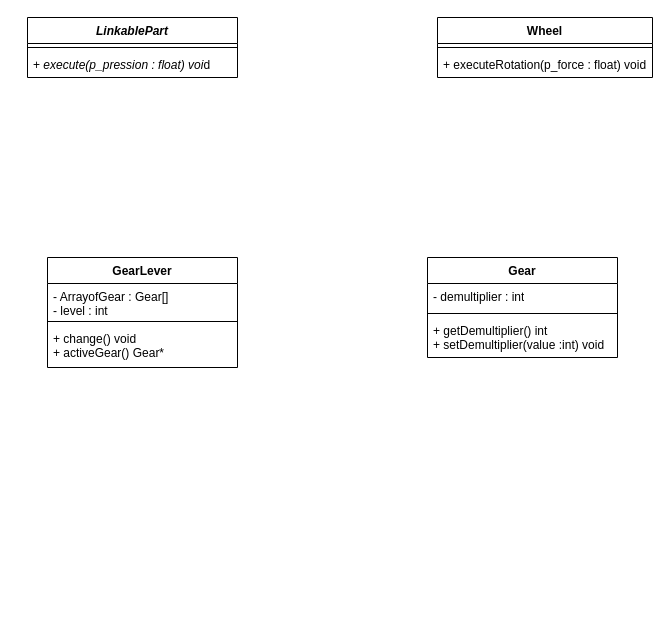
Earlier version of the draw.io diagram Sequence.drawio (Julien-Dutschke/Piscine-Object). Source tidied: cells renumbered, new cells numbered last; positions are measured from the earlier drawing's top-left corner, leaving out a move shared by most shapes. Both pictures are drawn from the tidied source at 100%, with x=0, y=0 at pixel (27, 17).
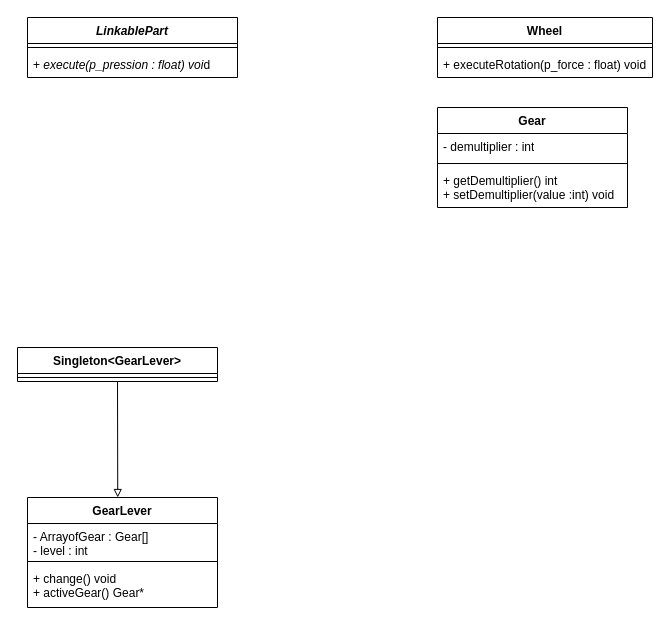
After the change.

Diff of the diagram source:
```diff
@@
 <mxGraphModel>
   <root>
     <mxCell id="0" />
     <mxCell id="1" parent="0" />
     <mxCell id="2" value="&lt;i&gt;&lt;b&gt;LinkablePart&lt;/b&gt;&lt;/i&gt;" style="swimlane;fontStyle=1;align=center;verticalAlign=top;horizontal=1;startSize=26;whiteSpace=wrap;html=1;" parent="1" vertex="1">
       <mxGeometry width="210" height="60" as="geometry" />
     </mxCell>
     <mxCell id="3" style="line;strokeWidth=1;fillColor=none;align=left;verticalAlign=middle;spacingTop=-1;spacingLeft=3;spacingRight=3;labelPosition=right;strokeColor=inherit;" parent="2" vertex="1">
       <mxGeometry y="26" width="210" height="8" as="geometry" />
     </mxCell>
     <mxCell id="4" value="&lt;font style=&quot;font-size: 12px;&quot;&gt;+ &lt;i&gt;execute(p_pression : float) voi&lt;/i&gt;d &lt;br&gt;&lt;/font&gt;" style="text;strokeColor=none;fillColor=none;align=left;verticalAlign=top;spacingLeft=4;spacingRight=4;overflow=hidden;whiteSpace=wrap;html=1;" parent="2" vertex="1">
       <mxGeometry y="34" width="210" height="26" as="geometry" />
     </mxCell>
     <mxCell id="5" value="Wheel" style="swimlane;fontStyle=1;align=center;verticalAlign=top;horizontal=1;startSize=26;whiteSpace=wrap;html=1;" parent="1" vertex="1">
       <mxGeometry x="410" width="215" height="60" as="geometry" />
     </mxCell>
     <mxCell id="6" style="line;strokeWidth=1;fillColor=none;align=left;verticalAlign=middle;spacingTop=-1;spacingLeft=3;spacingRight=3;labelPosition=right;strokeColor=inherit;" parent="5" vertex="1">
       <mxGeometry y="26" width="215" height="8" as="geometry" />
     </mxCell>
     <mxCell id="7" value="+ executeRotation(p_force : float) void" style="text;strokeColor=none;fillColor=none;align=left;verticalAlign=top;spacingLeft=4;spacingRight=4;overflow=hidden;whiteSpace=wrap;html=1;" parent="5" vertex="1">
       <mxGeometry y="34" width="215" height="26" as="geometry" />
     </mxCell>
     <mxCell id="8" value="Gear" style="swimlane;fontStyle=1;align=center;verticalAlign=top;horizontal=1;startSize=26;whiteSpace=wrap;html=1;" parent="1" vertex="1">
-      <mxGeometry x="400" y="240" width="190" height="100" as="geometry" />
+      <mxGeometry x="410" y="90" width="190" height="100" as="geometry" />
     </mxCell>
     <mxCell id="9" value="- demultiplier : int" style="text;strokeColor=none;fillColor=none;align=left;verticalAlign=top;spacingLeft=4;spacingRight=4;overflow=hidden;whiteSpace=wrap;html=1;" parent="8" vertex="1">
       <mxGeometry y="26" width="190" height="26" as="geometry" />
     </mxCell>
     <mxCell id="10" style="line;strokeWidth=1;fillColor=none;align=left;verticalAlign=middle;spacingTop=-1;spacingLeft=3;spacingRight=3;labelPosition=right;strokeColor=inherit;" parent="8" vertex="1">
       <mxGeometry y="52" width="190" height="8" as="geometry" />
     </mxCell>
     <mxCell id="11" value="+ getDemultiplier() int &lt;div&gt;+ setDemultiplier(value :int) void &lt;br&gt;&lt;/div&gt;" style="text;strokeColor=none;fillColor=none;align=left;verticalAlign=top;spacingLeft=4;spacingRight=4;overflow=hidden;whiteSpace=wrap;html=1;" parent="8" vertex="1">
       <mxGeometry y="60" width="190" height="40" as="geometry" />
     </mxCell>
     <mxCell id="12" value="GearLever" style="swimlane;fontStyle=1;align=center;verticalAlign=top;horizontal=1;startSize=26;whiteSpace=wrap;html=1;" parent="1" vertex="1">
-      <mxGeometry x="20" y="240" width="190" height="110" as="geometry" />
+      <mxGeometry y="480" width="190" height="110" as="geometry" />
     </mxCell>
     <mxCell id="13" value="&lt;div&gt;- ArrayofGear : Gear[]&lt;/div&gt;&lt;div&gt;- level : int &lt;br&gt;&lt;/div&gt;" style="text;strokeColor=none;fillColor=none;align=left;verticalAlign=top;spacingLeft=4;spacingRight=4;overflow=hidden;whiteSpace=wrap;html=1;" parent="12" vertex="1">
       <mxGeometry y="26" width="190" height="34" as="geometry" />
     </mxCell>
     <mxCell id="14" style="line;strokeWidth=1;fillColor=none;align=left;verticalAlign=middle;spacingTop=-1;spacingLeft=3;spacingRight=3;labelPosition=right;strokeColor=inherit;" parent="12" vertex="1">
       <mxGeometry y="60" width="190" height="8" as="geometry" />
     </mxCell>
     <mxCell id="15" value="&lt;div&gt;+ change() void&lt;br&gt;&lt;/div&gt;&lt;div&gt;+ activeGear() Gear*&lt;br&gt;&lt;/div&gt;" style="text;strokeColor=none;fillColor=none;align=left;verticalAlign=top;spacingLeft=4;spacingRight=4;overflow=hidden;whiteSpace=wrap;html=1;" parent="12" vertex="1">
       <mxGeometry y="68" width="190" height="42" as="geometry" />
     </mxCell>
+    <mxCell id="16" value="Singleton&amp;lt;GearLever&amp;gt;" style="swimlane;fontStyle=1;align=center;verticalAlign=top;horizontal=1;startSize=26;whiteSpace=wrap;html=1;" parent="1" vertex="1">
+      <mxGeometry x="-10" y="330" width="200" height="34" as="geometry" />
+    </mxCell>
+    <mxCell id="17" style="line;strokeWidth=1;fillColor=none;align=left;verticalAlign=middle;spacingTop=-1;spacingLeft=3;spacingRight=3;labelPosition=right;strokeColor=inherit;" parent="16" vertex="1">
+      <mxGeometry y="26" width="200" height="8" as="geometry" />
+    </mxCell>
+    <mxCell id="18" style="rounded=0;jettySize=auto;html=1;entryX=0.475;entryY=0;entryDx=0;entryDy=0;entryPerimeter=0;endArrow=block;endFill=0;strokeWidth=1;curved=0;" parent="1" edge="1" source="16" target="12">
+      <mxGeometry relative="1" as="geometry" />
+    </mxCell>
   </root>
 </mxGraphModel>
```
